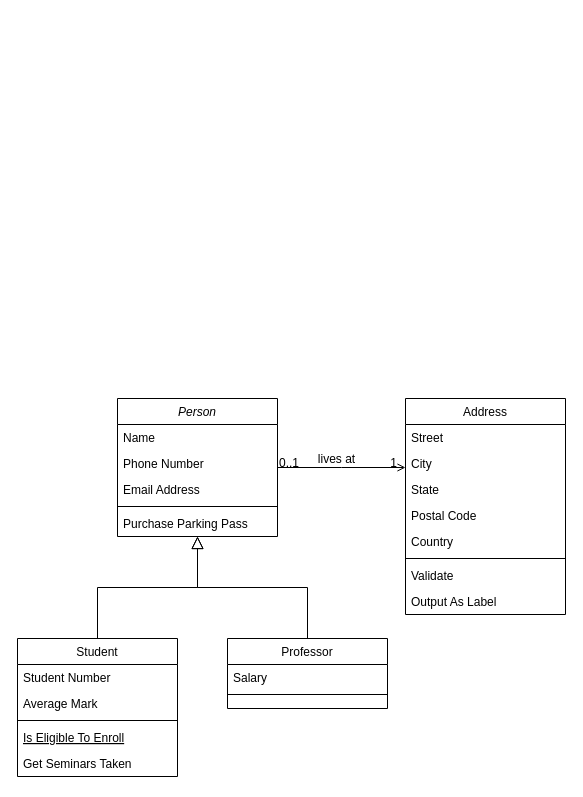
neorgon/cse210-hw keeps this draw.io diagram as assets/EternalQuestProgram.drawio. Above is the earlier version. Source tidied: cells renumbered, new cells numbered last; positions are measured from the earlier drawing's top-left corner, leaving out a move shared by most shapes. Both pictures are drawn from the tidied source at 100%, with x=0, y=0 at pixel (17, 398).
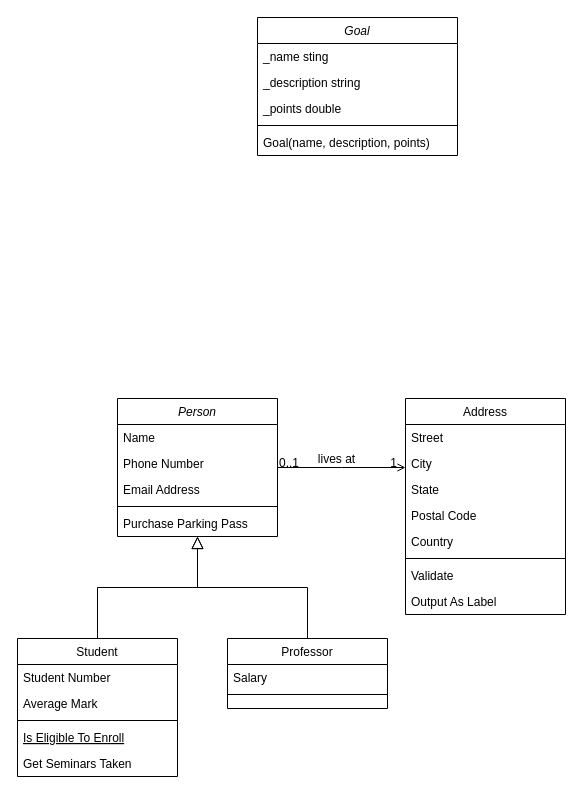
The same page after the edit.

Commit message:
Create class Goal

Diff of the diagram source:
```diff
@@
+    <mxCell id="32" value="Goal" style="swimlane;fontStyle=2;align=center;verticalAlign=top;horizontal=1;startSize=26;rounded=0;shadow=0;strokeWidth=1;" parent="1" vertex="1">
+      <mxGeometry x="240" y="-381" width="200" height="138" as="geometry" />
+    </mxCell>
+    <mxCell id="33" value="_name sting" style="text;align=left;verticalAlign=top;spacingLeft=4;spacingRight=4;overflow=hidden;" parent="32" vertex="1">
+      <mxGeometry y="26" width="200" height="26" as="geometry" />
+    </mxCell>
+    <mxCell id="34" value="_description string" style="text;align=left;verticalAlign=top;spacingLeft=4;spacingRight=4;overflow=hidden;rounded=0;shadow=0;html=0;" parent="32" vertex="1">
+      <mxGeometry y="52" width="200" height="26" as="geometry" />
+    </mxCell>
+    <mxCell id="35" value="_points double" style="text;align=left;verticalAlign=top;spacingLeft=4;spacingRight=4;overflow=hidden;rounded=0;shadow=0;html=0;" parent="32" vertex="1">
+      <mxGeometry y="78" width="200" height="26" as="geometry" />
+    </mxCell>
+    <mxCell id="36" style="line;html=1;strokeWidth=1;align=left;verticalAlign=middle;spacingTop=-1;spacingLeft=3;spacingRight=3;labelPosition=right;" parent="32" vertex="1">
+      <mxGeometry y="104" width="200" height="8" as="geometry" />
+    </mxCell>
+    <mxCell id="37" value="Goal(name, description, points)" style="text;align=left;verticalAlign=top;spacingLeft=4;spacingRight=4;overflow=hidden;" parent="32" vertex="1">
+      <mxGeometry y="112" width="200" height="26" as="geometry" />
+    </mxCell>
```
